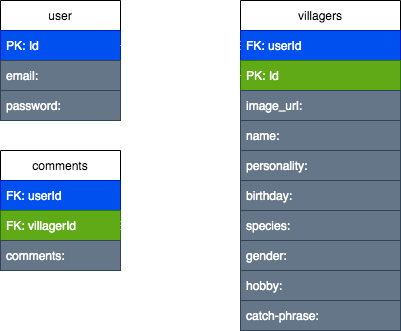
Above: erd.drawio.png in PvrkFvmily/project-2 (draw.io), before the change. Source tidied: cells renumbered, new cells last; positions are measured from the earlier drawing's top-left corner, leaving out a move shared by most shapes.
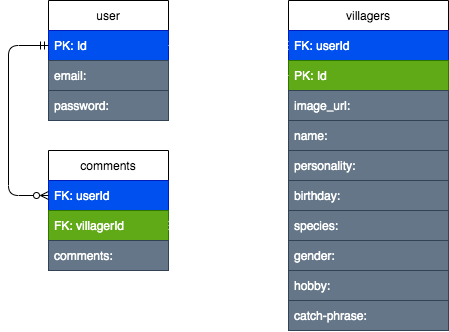
The same diagram one commit later.

Commit message:
updated readme erd and restful route

Change to the diagram source:
```diff
@@ -70,5 +70,13 @@
         </Array>
       </mxGeometry>
     </mxCell>
+    <mxCell id="23" style="endArrow=ERmandOne;html=1;exitX=0;exitY=0.5;exitDx=0;exitDy=0;endFill=0;startArrow=ERzeroToMany;startFill=0;entryX=0;entryY=0.5;entryDx=0;entryDy=0;" parent="1" edge="1" source="19" target="3">
+      <mxGeometry relative="1" as="geometry">
+        <Array as="points">
+          <mxPoint x="-40" y="195" />
+          <mxPoint x="-40" y="45" />
+        </Array>
+      </mxGeometry>
+    </mxCell>
   </root>
 </mxGraphModel>
```
